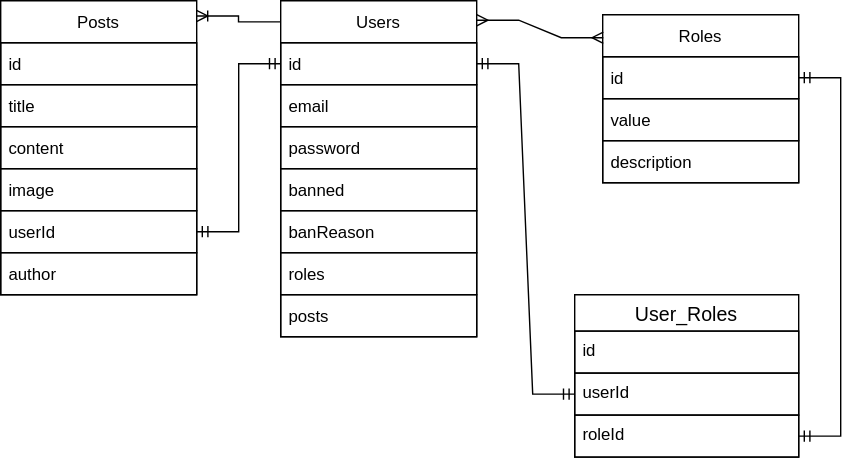
Before: server/data-relationships.svg, a diagram exported from draw.io (FedorowPavel/Blog). Source tidied: cells renumbered, new cells last; positions are measured from the earlier drawing's top-left corner, leaving out a move shared by most shapes.
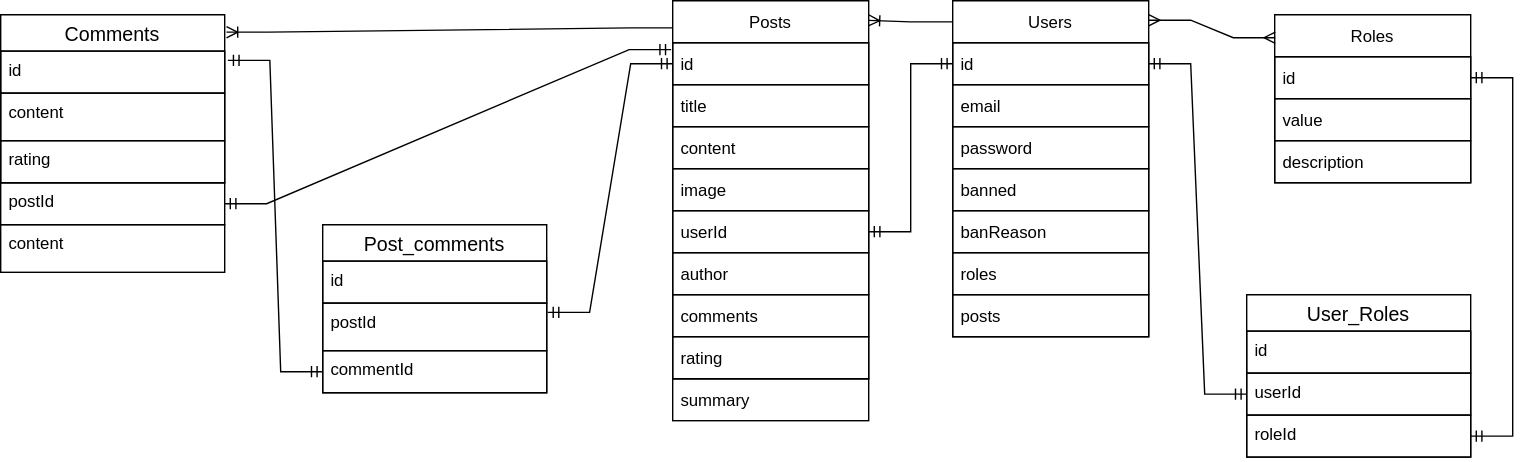
The same file after the commit.

Change to the diagram source:
```diff
@@ -60,7 +60,7 @@
       <mxGeometry relative="1" as="geometry" />
     </mxCell>
     <mxCell id="21" value="Posts" style="swimlane;fontStyle=0;horizontal=1;startSize=30;rounded=0;strokeColor=#000000;" parent="1" vertex="1">
-      <mxGeometry width="140" height="210" as="geometry" />
+      <mxGeometry width="140" height="270" as="geometry" />
     </mxCell>
     <mxCell id="22" value="id" style="text;align=left;verticalAlign=middle;spacingLeft=4;spacingRight=4;overflow=hidden;points=[[0,0.5],[1,0.5]];portConstraint=eastwest;strokeColor=#000000;" parent="21" vertex="1">
       <mxGeometry y="30" width="140" height="30" as="geometry" />
@@ -80,11 +80,64 @@
     <mxCell id="27" value="author" style="text;strokeColor=#000000;fillColor=none;align=left;verticalAlign=middle;spacingLeft=4;spacingRight=4;overflow=hidden;" parent="21" vertex="1">
       <mxGeometry y="180" width="140" height="30" as="geometry" />
     </mxCell>
+    <mxCell id="30" value="comments" style="text;strokeColor=#000000;fillColor=none;align=left;verticalAlign=middle;spacingLeft=4;spacingRight=4;overflow=hidden;" parent="21" vertex="1">
+      <mxGeometry y="210" width="140" height="30" as="geometry" />
+    </mxCell>
+    <mxCell id="31" value="rating" style="text;strokeColor=#000000;fillColor=none;align=left;verticalAlign=middle;spacingLeft=4;spacingRight=4;overflow=hidden;" parent="21" vertex="1">
+      <mxGeometry y="240" width="140" height="30" as="geometry" />
+    </mxCell>
     <mxCell id="28" style="edgeStyle=entityRelationEdgeStyle;fontSize=12;html=1;endArrow=ERoneToMany;rounded=0;strokeColor=#000000;entryX=0.999;entryY=0.052;entryDx=0;entryDy=0;exitX=-0.001;exitY=0.063;exitDx=0;exitDy=0;entryPerimeter=0;exitPerimeter=0;" parent="1" edge="1" source="2" target="21">
       <mxGeometry relative="1" as="geometry" />
     </mxCell>
     <mxCell id="29" style="edgeStyle=entityRelationEdgeStyle;fontSize=12;html=1;endArrow=ERmandOne;startArrow=ERmandOne;rounded=0;strokeColor=#000000;entryX=0;entryY=0.5;entryDx=0;entryDy=0;exitX=1;exitY=0.5;exitDx=0;exitDy=0;" parent="1" edge="1" source="26" target="3">
       <mxGeometry relative="1" as="geometry" />
     </mxCell>
+    <mxCell id="32" value="Comments" style="swimlane;fontStyle=0;horizontal=1;startSize=26;align=center;fontSize=14;strokeColor=#000000;" parent="1" vertex="1">
+      <mxGeometry x="-480" y="10" width="160" height="120" as="geometry" />
+    </mxCell>
+    <mxCell id="33" value="id" style="text;strokeColor=#000000;fillColor=none;spacingLeft=4;spacingRight=4;overflow=hidden;points=[[0,0.5],[1,0.5]];portConstraint=eastwest;fontSize=12;" parent="32" vertex="1">
+      <mxGeometry y="26" width="160" height="30" as="geometry" />
+    </mxCell>
+    <mxCell id="34" value="content" style="text;strokeColor=#000000;fillColor=none;spacingLeft=4;spacingRight=4;overflow=hidden;fontSize=12;" parent="32" vertex="1">
+      <mxGeometry y="56" width="160" height="34" as="geometry" />
+    </mxCell>
+    <mxCell id="35" value="rating" style="text;strokeColor=#000000;fillColor=none;spacingLeft=4;spacingRight=4;overflow=hidden;fontSize=12;" parent="32" vertex="1">
+      <mxGeometry y="90" width="160" height="30" as="geometry" />
+    </mxCell>
+    <mxCell id="36" value="Post_comments" style="swimlane;fontStyle=0;horizontal=1;startSize=26;align=center;fontSize=14;strokeColor=#000000;" parent="1" vertex="1">
+      <mxGeometry x="-250" y="160" width="160" height="120" as="geometry" />
+    </mxCell>
+    <mxCell id="37" value="id" style="text;strokeColor=#000000;fillColor=none;spacingLeft=4;spacingRight=4;overflow=hidden;fontSize=12;" parent="36" vertex="1">
+      <mxGeometry y="26" width="160" height="30" as="geometry" />
+    </mxCell>
+    <mxCell id="38" value="postId" style="text;strokeColor=#000000;fillColor=none;spacingLeft=4;spacingRight=4;overflow=hidden;points=[[0,0.5],[1,0.5]];portConstraint=eastwest;fontSize=12;" parent="36" vertex="1">
+      <mxGeometry y="56" width="160" height="34" as="geometry" />
+    </mxCell>
+    <mxCell id="39" value="commentId" style="text;strokeColor=#000000;fillColor=none;spacingLeft=4;spacingRight=4;overflow=hidden;points=[[0,0.5],[1,0.5]];portConstraint=eastwest;fontSize=12;" parent="36" vertex="1">
+      <mxGeometry y="90" width="160" height="30" as="geometry" />
+    </mxCell>
+    <mxCell id="40" style="edgeStyle=entityRelationEdgeStyle;fontSize=12;html=1;endArrow=ERoneToMany;rounded=0;exitX=0;exitY=0.072;exitDx=0;exitDy=0;exitPerimeter=0;entryX=1.008;entryY=0.104;entryDx=0;entryDy=0;entryPerimeter=0;" parent="1" edge="1" source="21" target="32">
+      <mxGeometry relative="1" as="geometry" />
+    </mxCell>
+    <mxCell id="41" value="postId" style="text;strokeColor=#000000;fillColor=none;spacingLeft=4;spacingRight=4;overflow=hidden;points=[[0,0.5],[1,0.5]];portConstraint=eastwest;fontSize=12;" parent="1" vertex="1">
+      <mxGeometry x="-480" y="130" width="160" height="30" as="geometry" />
+    </mxCell>
+    <mxCell id="42" style="edgeStyle=entityRelationEdgeStyle;fontSize=12;html=1;endArrow=ERmandOne;startArrow=ERmandOne;rounded=0;entryX=-0.008;entryY=0.164;entryDx=0;entryDy=0;exitX=1;exitY=0.5;exitDx=0;exitDy=0;entryPerimeter=0;" parent="1" edge="1" source="41" target="22">
+      <mxGeometry relative="1" as="geometry" />
+    </mxCell>
+    <mxCell id="43" style="edgeStyle=entityRelationEdgeStyle;fontSize=12;html=1;endArrow=ERmandOne;startArrow=ERmandOne;rounded=0;exitX=1.004;exitY=0.194;exitDx=0;exitDy=0;exitPerimeter=0;" parent="1" edge="1" source="38">
+      <mxGeometry relative="1" as="geometry">
+        <mxPoint y="45" as="targetPoint" />
+      </mxGeometry>
+    </mxCell>
+    <mxCell id="44" style="edgeStyle=entityRelationEdgeStyle;fontSize=12;html=1;endArrow=ERmandOne;startArrow=ERmandOne;rounded=0;entryX=1.014;entryY=0.22;entryDx=0;entryDy=0;entryPerimeter=0;" parent="1" edge="1" source="39" target="33">
+      <mxGeometry relative="1" as="geometry" />
+    </mxCell>
+    <mxCell id="45" value="summary" style="text;strokeColor=#000000;fillColor=none;align=left;verticalAlign=middle;spacingLeft=4;spacingRight=4;overflow=hidden;" parent="1" vertex="1">
+      <mxGeometry y="270" width="140" height="30" as="geometry" />
+    </mxCell>
+    <mxCell id="46" value="content" style="text;strokeColor=#000000;fillColor=none;spacingLeft=4;spacingRight=4;overflow=hidden;fontSize=12;" parent="1" vertex="1">
+      <mxGeometry x="-480" y="160" width="160" height="34" as="geometry" />
+    </mxCell>
   </root>
 </mxGraphModel>
```
